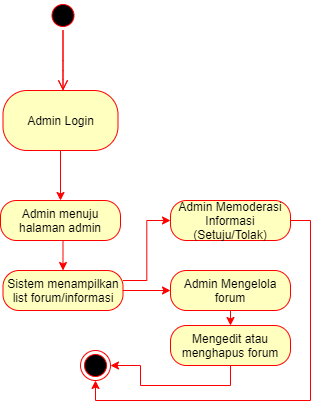
The draw.io diagram laporan/admin.png in ihsanfir/Dramagon, before a commit. Source tidied: cells renumbered, new cells last; positions are measured from the earlier drawing's top-left corner, leaving out a move shared by most shapes.
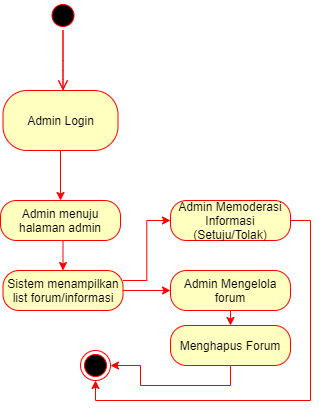
After the change.

What changed in the source:
```diff
@@ -43,7 +43,7 @@
     <mxCell id="14" style="edgeStyle=orthogonalEdgeStyle;rounded=0;jettySize=auto;html=1;exitX=0.5;exitY=1;exitDx=0;exitDy=0;strokeColor=#FF0000;" parent="1" edge="1" source="15" target="16">
       <mxGeometry relative="1" as="geometry" />
     </mxCell>
-    <mxCell id="15" value="Mengedit atau menghapus forum" style="rounded=1;whiteSpace=wrap;html=1;arcSize=40;fontColor=#000000;fillColor=#ffffc0;strokeColor=#ff0000;" parent="1" vertex="1">
+    <mxCell id="15" value="Menghapus Forum" style="rounded=1;whiteSpace=wrap;html=1;arcSize=40;fontColor=#000000;fillColor=#ffffc0;strokeColor=#ff0000;" parent="1" vertex="1">
       <mxGeometry x="170" y="325" width="120" height="40" as="geometry" />
     </mxCell>
     <mxCell id="16" style="ellipse;html=1;shape=endState;fillColor=#000000;strokeColor=#ff0000;" parent="1" vertex="1">
```
